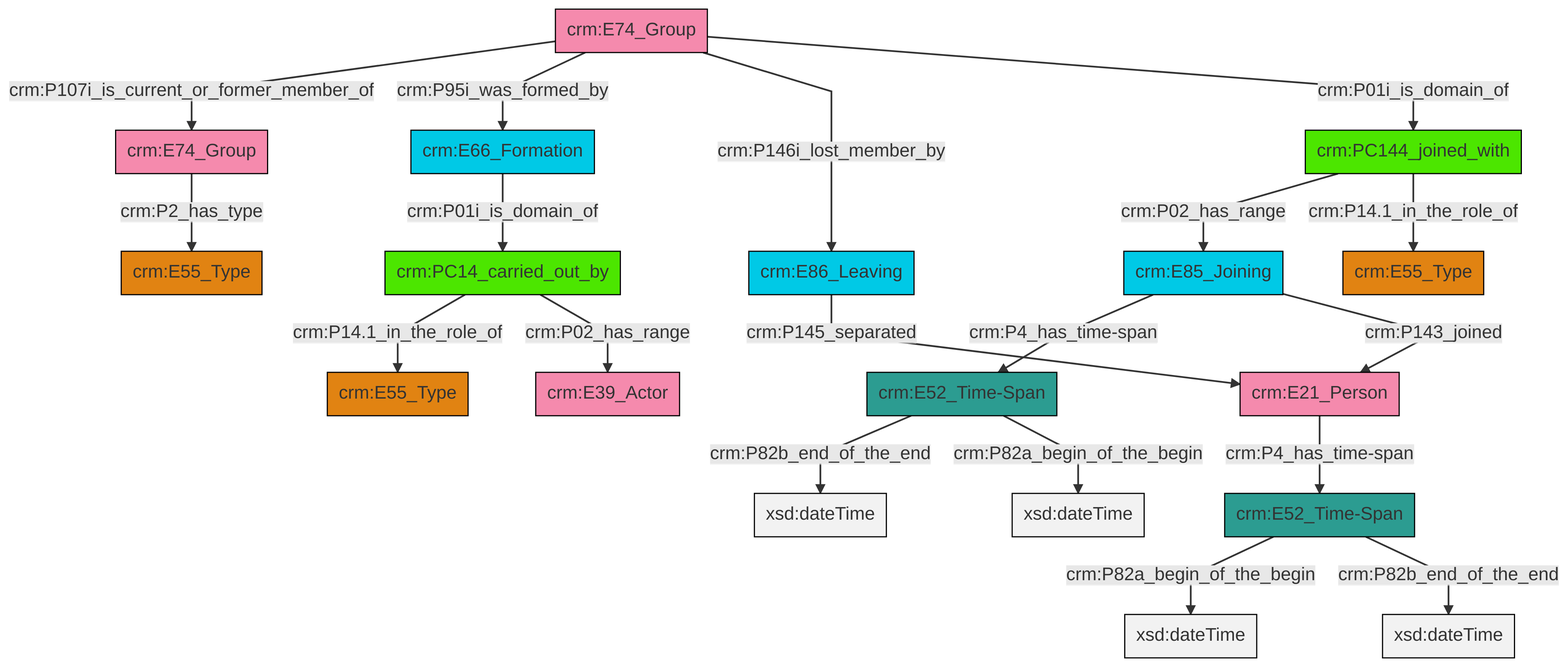
Above: et/groupCSV/ttl/mmd/png/group_actor_relations.png in swiss-art-research-net/docs.swissartresearch (Mermaid), before the change. Its source is kept beside it as et/groupCSV/ttl/mmd/group_actor_relations.ttl.mmd.
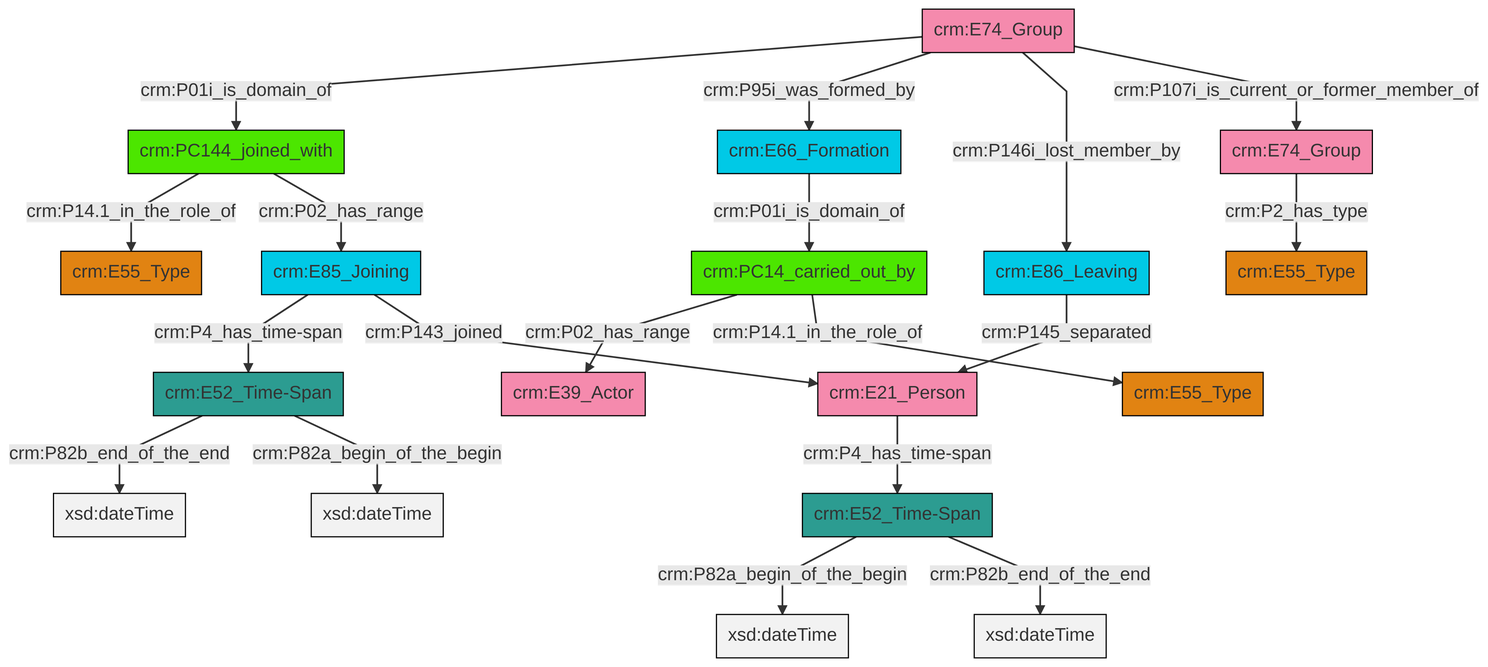
After the commit.

Diff of the diagram source:
```diff
@@ -13,21 +13,21 @@
 classDef PC_Classes fill:#4ce600, stroke:#000000;
 classDef Multi fill:#cccccc,stroke:#000000;
 
-0["crm:E85_Joining"]:::Temporal_Entity -->|crm:P4_has_time-span| 1["crm:E52_Time-Span"]:::Time-Span
-4["crm:E52_Time-Span"]:::Time-Span -->|crm:P82a_begin_of_the_begin| 5[xsd:dateTime]:::Literal
-1["crm:E52_Time-Span"]:::Time-Span -->|crm:P82b_end_of_the_end| 8[xsd:dateTime]:::Literal
-1["crm:E52_Time-Span"]:::Time-Span -->|crm:P82a_begin_of_the_begin| 9[xsd:dateTime]:::Literal
-10["crm:E74_Group"]:::Actor -->|crm:P107i_is_current_or_former_member_of| 11["crm:E74_Group"]:::Actor
-12["crm:PC14_carried_out_by"]:::PC_Classes -->|crm:P14.1_in_the_role_of| 13["crm:E55_Type"]:::Type
-14["crm:PC144_joined_with"]:::PC_Classes -->|crm:P02_has_range| 0["crm:E85_Joining"]:::Temporal_Entity
-14["crm:PC144_joined_with"]:::PC_Classes -->|crm:P14.1_in_the_role_of| 17["crm:E55_Type"]:::Type
-10["crm:E74_Group"]:::Actor -->|crm:P95i_was_formed_by| 19["crm:E66_Formation"]:::Temporal_Entity
-4["crm:E52_Time-Span"]:::Time-Span -->|crm:P82b_end_of_the_end| 22[xsd:dateTime]:::Literal
-2["crm:E21_Person"]:::Actor -->|crm:P4_has_time-span| 4["crm:E52_Time-Span"]:::Time-Span
-11["crm:E74_Group"]:::Actor -->|crm:P2_has_type| 15["crm:E55_Type"]:::Type
-19["crm:E66_Formation"]:::Temporal_Entity -->|crm:P01i_is_domain_of| 12["crm:PC14_carried_out_by"]:::PC_Classes
-10["crm:E74_Group"]:::Actor -->|crm:P146i_lost_member_by| 6["crm:E86_Leaving"]:::Temporal_Entity
-10["crm:E74_Group"]:::Actor -->|crm:P01i_is_domain_of| 14["crm:PC144_joined_with"]:::PC_Classes
-6["crm:E86_Leaving"]:::Temporal_Entity -->|crm:P145_separated| 2["crm:E21_Person"]:::Actor
-12["crm:PC14_carried_out_by"]:::PC_Classes -->|crm:P02_has_range| 20["crm:E39_Actor"]:::Actor
-0["crm:E85_Joining"]:::Temporal_Entity -->|crm:P143_joined| 2["crm:E21_Person"]:::Actor
+12["crm:E74_Group"]:::Actor -->|crm:P01i_is_domain_of| 13["crm:PC144_joined_with"]:::PC_Classes
+12["crm:E74_Group"]:::Actor -->|crm:P95i_was_formed_by| 4["crm:E66_Formation"]:::Temporal_Entity
+2["crm:PC14_carried_out_by"]:::PC_Classes -->|crm:P02_has_range| 16["crm:E39_Actor"]:::Actor
+14["crm:E74_Group"]:::Actor -->|crm:P2_has_type| 6["crm:E55_Type"]:::Type
+12["crm:E74_Group"]:::Actor -->|crm:P146i_lost_member_by| 24["crm:E86_Leaving"]:::Temporal_Entity
+2["crm:PC14_carried_out_by"]:::PC_Classes -->|crm:P14.1_in_the_role_of| 0["crm:E55_Type"]:::Type
+21["crm:E52_Time-Span"]:::Time-Span -->|crm:P82b_end_of_the_end| 26[xsd:dateTime]:::Literal
+24["crm:E86_Leaving"]:::Temporal_Entity -->|crm:P145_separated| 8["crm:E21_Person"]:::Actor
+4["crm:E66_Formation"]:::Temporal_Entity -->|crm:P01i_is_domain_of| 2["crm:PC14_carried_out_by"]:::PC_Classes
+27["crm:E85_Joining"]:::Temporal_Entity -->|crm:P4_has_time-span| 21["crm:E52_Time-Span"]:::Time-Span
+27["crm:E85_Joining"]:::Temporal_Entity -->|crm:P143_joined| 8["crm:E21_Person"]:::Actor
+17["crm:E52_Time-Span"]:::Time-Span -->|crm:P82a_begin_of_the_begin| 28[xsd:dateTime]:::Literal
+13["crm:PC144_joined_with"]:::PC_Classes -->|crm:P14.1_in_the_role_of| 10["crm:E55_Type"]:::Type
+12["crm:E74_Group"]:::Actor -->|crm:P107i_is_current_or_former_member_of| 14["crm:E74_Group"]:::Actor
+21["crm:E52_Time-Span"]:::Time-Span -->|crm:P82a_begin_of_the_begin| 29[xsd:dateTime]:::Literal
+17["crm:E52_Time-Span"]:::Time-Span -->|crm:P82b_end_of_the_end| 31[xsd:dateTime]:::Literal
+8["crm:E21_Person"]:::Actor -->|crm:P4_has_time-span| 17["crm:E52_Time-Span"]:::Time-Span
+13["crm:PC144_joined_with"]:::PC_Classes -->|crm:P02_has_range| 27["crm:E85_Joining"]:::Temporal_Entity
```
